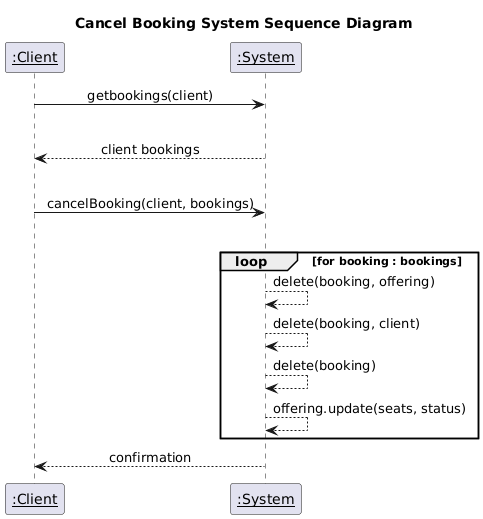
Before: deliverables/assets/cancel_booking_system_sequence_diagram.png, a diagram exported from PlantUML (PrinceOfNothingg/Lesson-Booking-Management-System).
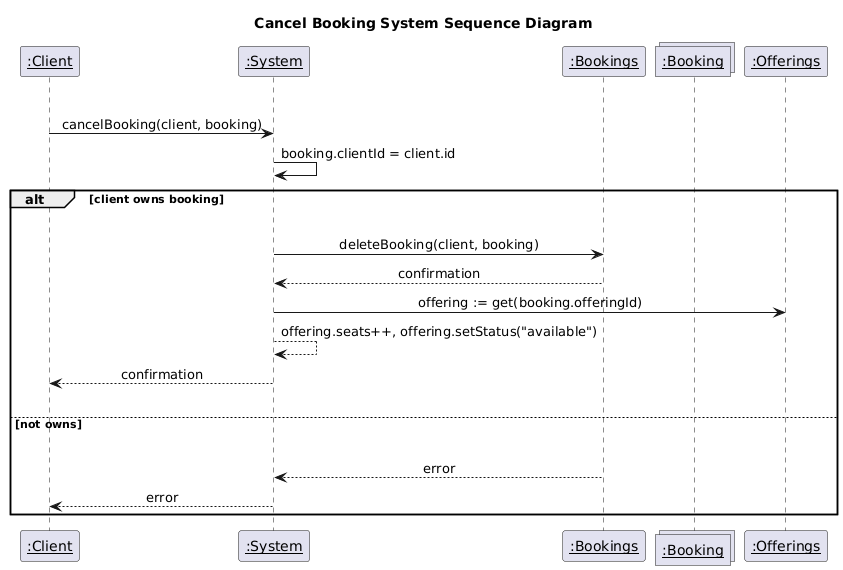
The same file after the commit.

The edit, as a diff of the source:
```diff
@@ -2,21 +2,29 @@
 participant "__:Client__" as actor
 participant "__:System__" as system
 
+participant "__:Bookings__" as bookings
+collections "__:Booking__" as bookingCollection
+
+participant "__:Offerings__" as offerings
+
 title Cancel Booking System Sequence Diagram
 skinparam sequenceMessageAlign center
 
-actor -> system : getbookings(client)
 |||
-system --> actor : client bookings
+actor -> system : cancelBooking(client, booking)
+system -> system : booking.clientId = client.id
+
+alt client owns booking
 |||
-actor -> system : cancelBooking(client, bookings)
+system -> bookings : deleteBooking(client, booking)
+bookings --> system : confirmation
+system -> offerings : offering := get(booking.offeringId)
+system --> system : offering.seats++, offering.setStatus("available")
+system --> actor : confirmation
 |||
-loop for booking : bookings
-system --> system : delete(booking, offering)
-system --> system : delete(booking, client)
-system --> system : delete(booking)
-system --> system : offering.update(seats, status)
-
+else not owns
+|||
+bookings --> system : error
+system --> actor : error
 end
-system --> actor : confirmation
 @enduml
```
